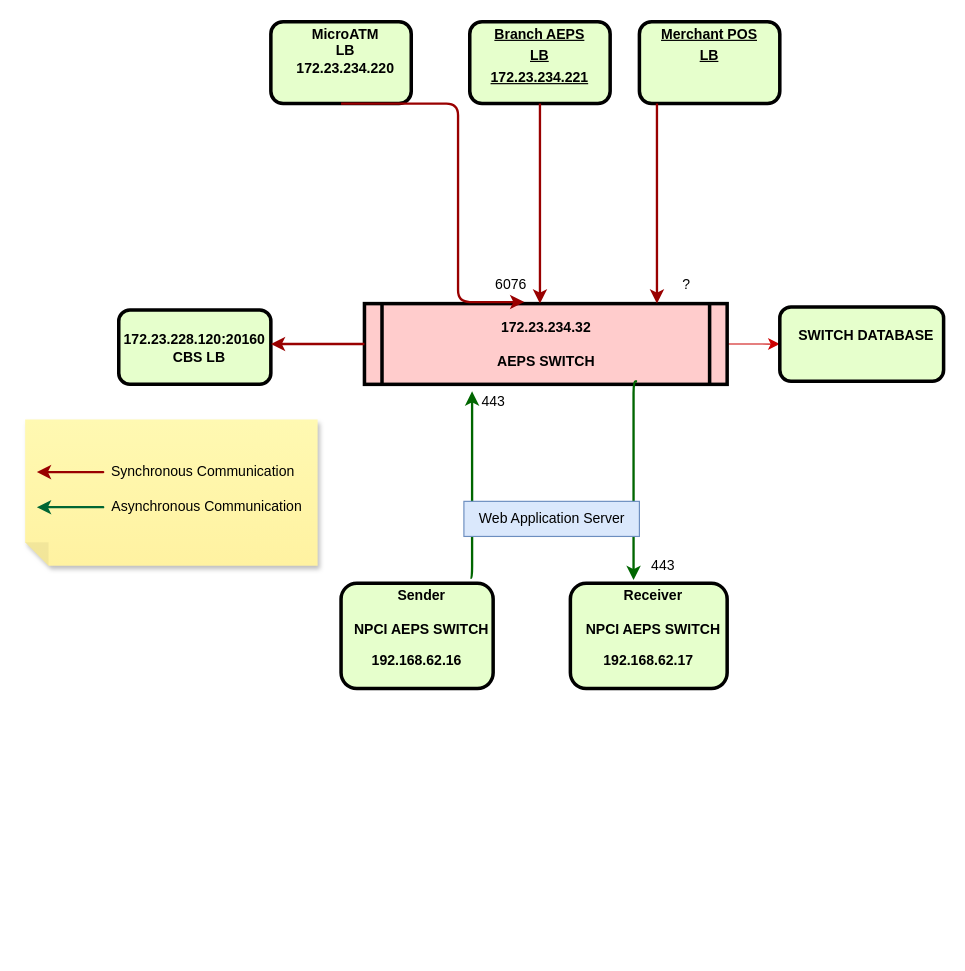
Earlier version of the draw.io diagram Untitled Diagram.drawio (KrishnaST/corelib). Source tidied: cells renumbered, new cells numbered last; positions are measured from the earlier drawing's top-left corner, leaving out a move shared by most shapes. Both pictures are drawn from the tidied source at 117%, with x=0, y=0 at pixel (25, 21).
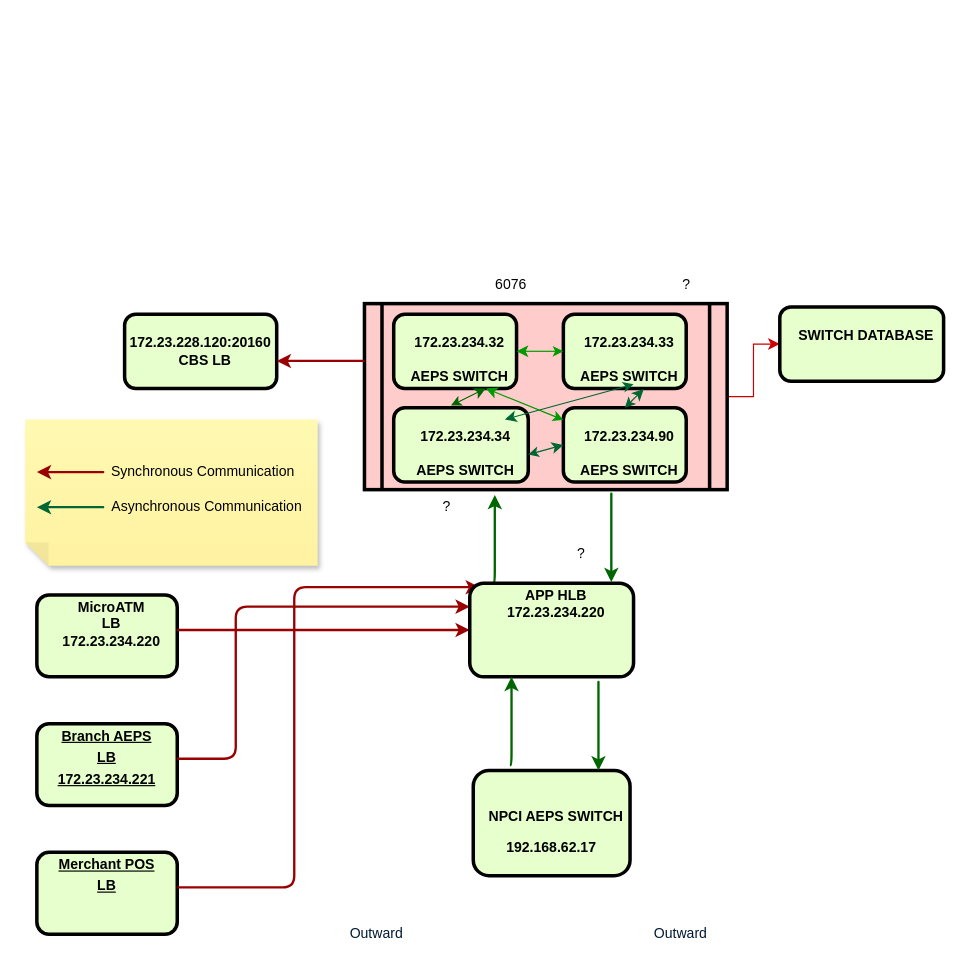
The same diagram, later.

Commit message:
IPPB WITHOUT WEB

The change refers to these unchanged cells:
```xml
<mxCell id="23" value="6076" style="text;html=1;align=center;verticalAlign=middle;points=[];fillColor=none;strokeColor=none;rounded=0;" parent="1" vertex="1">
  <mxGeometry x="390" y="210" width="50" height="30" as="geometry" />
</mxCell>
```

What changed in the source:
```diff
@@
     <mxCell id="2" value="&lt;p style=&quot;margin: 0px; margin-top: 4px; text-align: center; text-decoration: underline;&quot;&gt;&lt;/p&gt;&lt;p style=&quot;margin: 0px; margin-left: 8px;&quot;&gt;MicroATM&lt;/p&gt;&lt;p style=&quot;margin: 0px; margin-left: 8px;&quot;&gt;LB&lt;/p&gt;&lt;p style=&quot;margin: 0px; margin-left: 8px;&quot;&gt;172.23.234.220&lt;/p&gt;" style="verticalAlign=middle;align=center;overflow=fill;fontSize=12;fontFamily=Helvetica;html=1;rounded=1;fontStyle=1;strokeWidth=3;fillColor=#E6FFCC;" parent="1" vertex="1">
-      <mxGeometry x="210" width="120" height="70" as="geometry" />
+      <mxGeometry x="10" y="490" width="120" height="70" as="geometry" />
     </mxCell>
@@
-    <mxCell id="4" value="172.23.234.32&#10;&#10;AEPS SWITCH" style="shape=process;whiteSpace=wrap;align=center;verticalAlign=middle;size=0.0475;fontStyle=1;strokeWidth=3;fillColor=#FFCCCC;" parent="1" vertex="1">
-      <mxGeometry x="290" y="241" width="310" height="69" as="geometry" />
+    <mxCell id="4" style="shape=process;whiteSpace=wrap;align=center;verticalAlign=middle;size=0.0475;fontStyle=1;strokeWidth=3;fillColor=#FFCCCC;" parent="1" vertex="1">
+      <mxGeometry x="290" y="241" width="310" height="159" as="geometry" />
     </mxCell>
     <mxCell id="5" value="&lt;p style=&quot;margin: 4px 0px 0px;&quot;&gt;&lt;u&gt;Branch AEPS&lt;/u&gt;&lt;/p&gt;&lt;p style=&quot;margin: 4px 0px 0px;&quot;&gt;&lt;u&gt;LB&lt;/u&gt;&lt;/p&gt;&lt;p style=&quot;margin: 4px 0px 0px;&quot;&gt;&lt;u&gt;172.23.234.221&lt;/u&gt;&lt;/p&gt;" style="verticalAlign=middle;align=center;overflow=fill;fontSize=12;fontFamily=Helvetica;html=1;rounded=1;fontStyle=1;strokeWidth=3;fillColor=#E6FFCC;" parent="1" vertex="1">
-      <mxGeometry x="380" width="120" height="70" as="geometry" />
+      <mxGeometry x="10" y="600" width="120" height="70" as="geometry" />
     </mxCell>
     <mxCell id="6" value="&lt;p style=&quot;margin: 0px; margin-top: 4px; text-align: center; text-decoration: underline;&quot;&gt;&lt;/p&gt;&lt;p style=&quot;text-decoration-line: underline; margin: 4px 0px 0px;&quot;&gt;Merchant POS&lt;/p&gt;&lt;p style=&quot;text-decoration-line: underline; margin: 4px 0px 0px;&quot;&gt;LB&lt;/p&gt;" style="verticalAlign=middle;align=center;overflow=fill;fontSize=12;fontFamily=Helvetica;html=1;rounded=1;fontStyle=1;strokeWidth=3;fillColor=#E6FFCC;" parent="1" vertex="1">
-      <mxGeometry x="525" width="120" height="70" as="geometry" />
+      <mxGeometry x="10" y="710" width="120" height="70" as="geometry" />
     </mxCell>
     <mxCell id="7" value="&lt;p style=&quot;margin: 0px; margin-top: 4px; text-align: center; text-decoration: underline;&quot;&gt;&lt;/p&gt;&lt;br&gt;172.23.228.120:20160&lt;br&gt;&lt;p style=&quot;margin: 0px; margin-left: 8px;&quot;&gt;&lt;span style=&quot;background-color: initial;&quot;&gt;CBS LB&lt;/span&gt;&lt;br&gt;&lt;/p&gt;" style="verticalAlign=middle;align=center;overflow=fill;fontSize=12;fontFamily=Helvetica;html=1;rounded=1;fontStyle=1;strokeWidth=3;fillColor=#E6FFCC;" parent="1" vertex="1">
-      <mxGeometry x="80" y="246.5" width="130" height="63.5" as="geometry" />
+      <mxGeometry x="85" y="250" width="130" height="63.5" as="geometry" />
     </mxCell>
-    <mxCell id="8" style="edgeStyle=elbowEdgeStyle;elbow=horizontal;strokeColor=#990000;strokeWidth=2;exitX=0.5;exitY=1;exitDx=0;exitDy=0;entryX=0.733;entryY=0.989;entryDx=0;entryDy=0;entryPerimeter=0;" parent="1" edge="1" source="2" target="23">
+    <mxCell id="8" style="edgeStyle=elbowEdgeStyle;elbow=horizontal;strokeColor=#990000;strokeWidth=2;entryX=0;entryY=0.5;entryDx=0;entryDy=0;" parent="1" edge="1" source="2" target="39">
       <mxGeometry relative="1" as="geometry">
         <Array as="points">
-          <mxPoint x="370" y="90" />
+          <mxPoint x="220" y="520" />
           <mxPoint x="400" y="200" />
           <mxPoint x="270" y="100" />
           <mxPoint x="330" y="100" />
           <mxPoint x="340" y="80" />
           <mxPoint x="400" y="220" />
           <mxPoint x="370" y="170" />
           <mxPoint x="340" y="100" />
           <mxPoint x="440" y="240" />
           <mxPoint x="280" y="80" />
           <mxPoint x="240" y="50" />
           <mxPoint x="260" y="70" />
           <mxPoint x="270" y="100" />
           <mxPoint x="280" y="120" />
           <mxPoint x="260" y="210" />
         </Array>
       </mxGeometry>
     </mxCell>
-    <mxCell id="9" style="edgeStyle=elbowEdgeStyle;elbow=horizontal;strokeColor=#990000;strokeWidth=2;" parent="1" edge="1" source="5" target="4">
+    <mxCell id="9" style="edgeStyle=elbowEdgeStyle;elbow=horizontal;strokeColor=#990000;strokeWidth=2;entryX=0;entryY=0.25;entryDx=0;entryDy=0;" parent="1" edge="1" source="5" target="39">
       <mxGeometry relative="1" as="geometry">
         <Array as="points">
+          <mxPoint x="180" y="630" />
           <mxPoint x="440" y="80" />
           <mxPoint x="400" y="60" />
           <mxPoint x="420" y="110" />
           <mxPoint x="410" y="90" />
           <mxPoint x="440" y="170" />
         </Array>
       </mxGeometry>
     </mxCell>
-    <mxCell id="10" style="edgeStyle=elbowEdgeStyle;elbow=horizontal;strokeColor=#990000;strokeWidth=2;" parent="1" edge="1" source="6" target="4">
+    <mxCell id="10" style="edgeStyle=elbowEdgeStyle;elbow=horizontal;strokeColor=#990000;strokeWidth=2;entryX=0.062;entryY=0.042;entryDx=0;entryDy=0;entryPerimeter=0;" parent="1" edge="1" source="6" target="39">
       <mxGeometry relative="1" as="geometry">
         <Array as="points">
+          <mxPoint x="230" y="740" />
           <mxPoint x="540" y="130" />
           <mxPoint x="600" y="90" />
           <mxPoint x="560" y="70" />
           <mxPoint x="540" y="80" />
           <mxPoint x="580" y="100" />
         </Array>
       </mxGeometry>
     </mxCell>
-    <mxCell id="11" style="edgeStyle=elbowEdgeStyle;elbow=horizontal;strokeColor=#006600;strokeWidth=2;exitX=0.75;exitY=1;exitDx=0;exitDy=0;entryX=0.403;entryY=-0.03;entryDx=0;entryDy=0;entryPerimeter=0;" parent="1" edge="1" target="21">
+    <mxCell id="11" style="edgeStyle=elbowEdgeStyle;elbow=horizontal;strokeColor=#006600;strokeWidth=2;" parent="1" edge="1">
       <mxGeometry relative="1" as="geometry">
-        <mxPoint x="523" y="307.5" as="sourcePoint" />
+        <mxPoint x="501" y="410" as="sourcePoint" />
+        <mxPoint x="501" y="479" as="targetPoint" />
         <Array as="points">
-          <mxPoint x="520" y="427.5" />
-          <mxPoint x="520" y="407.5" />
-          <mxPoint x="520" y="397.5" />
-          <mxPoint x="520" y="417.5" />
-          <mxPoint x="460" y="357.5" />
-          <mxPoint x="450" y="377.5" />
-          <mxPoint x="460" y="367.5" />
-          <mxPoint x="460" y="387.5" />
-          <mxPoint x="460" y="397.5" />
-          <mxPoint x="460" y="417.5" />
-          <mxPoint x="460" y="347.5" />
-          <mxPoint x="400" y="187.5" />
-          <mxPoint x="380" y="187.5" />
-          <mxPoint x="410" y="97.5" />
+          <mxPoint x="501" y="400" />
+          <mxPoint x="501" y="436.5" />
+          <mxPoint x="501" y="426.5" />
+          <mxPoint x="501" y="446.5" />
+          <mxPoint x="441" y="386.5" />
+          <mxPoint x="431" y="406.5" />
+          <mxPoint x="441" y="396.5" />
+          <mxPoint x="441" y="416.5" />
+          <mxPoint x="441" y="426.5" />
+          <mxPoint x="441" y="446.5" />
+          <mxPoint x="441" y="376.5" />
+          <mxPoint x="381" y="216.5" />
+          <mxPoint x="361" y="216.5" />
+          <mxPoint x="391" y="126.5" />
         </Array>
       </mxGeometry>
     </mxCell>
     <mxCell id="12" style="edgeStyle=elbowEdgeStyle;elbow=horizontal;strokeColor=#990000;strokeWidth=2;" parent="1" edge="1" source="4" target="7">
       <mxGeometry relative="1" as="geometry">
         <Array as="points">
+          <mxPoint x="270" y="290" />
           <mxPoint x="170" y="276" />
           <mxPoint x="150" y="270" />
           <mxPoint x="180" y="266" />
           <mxPoint x="230" y="320" />
         </Array>
       </mxGeometry>
     </mxCell>
@@
-    <mxCell id="20" value="&lt;p style=&quot;margin: 0px; margin-top: 4px; text-align: center; text-decoration: underline;&quot;&gt;&lt;/p&gt;&lt;p style=&quot;margin: 0px; margin-left: 8px;&quot;&gt;&lt;span style=&quot;background-color: initial;&quot;&gt;Sender&lt;/span&gt;&lt;br&gt;&lt;/p&gt;&lt;p style=&quot;margin: 0px; margin-left: 8px;&quot;&gt;&lt;span style=&quot;background-color: initial;&quot;&gt;&lt;br&gt;&lt;/span&gt;&lt;/p&gt;&lt;p style=&quot;margin: 0px; margin-left: 8px;&quot;&gt;NPCI AEPS SWITCH&lt;/p&gt;&lt;p align=&quot;center&quot; class=&quot;MsoNormal&quot;&gt;&lt;span lang=&quot;EN-US&quot;&gt;192.168.62.16&lt;/span&gt;&lt;/p&gt;" style="verticalAlign=middle;align=center;overflow=fill;fontSize=12;fontFamily=Helvetica;html=1;rounded=1;fontStyle=1;strokeWidth=3;fillColor=#E6FFCC;" parent="1" vertex="1">
-      <mxGeometry x="270" y="480" width="130" height="90" as="geometry" />
-    </mxCell>
-    <mxCell id="21" value="&lt;p style=&quot;margin: 0px; margin-top: 4px; text-align: center; text-decoration: underline;&quot;&gt;&lt;/p&gt;&lt;p style=&quot;margin: 0px; margin-left: 8px;&quot;&gt;Receiver&lt;/p&gt;&lt;p style=&quot;margin: 0px; margin-left: 8px;&quot;&gt;&lt;br&gt;&lt;/p&gt;&lt;p style=&quot;margin: 0px; margin-left: 8px;&quot;&gt;NPCI AEPS SWITCH&lt;/p&gt;&lt;p align=&quot;center&quot; class=&quot;MsoNormal&quot;&gt;&lt;span lang=&quot;EN-US&quot;&gt;192.168.62.17&lt;/span&gt;&lt;/p&gt;" style="verticalAlign=middle;align=center;overflow=fill;fontSize=12;fontFamily=Helvetica;html=1;rounded=1;fontStyle=1;strokeWidth=3;fillColor=#E6FFCC;" parent="1" vertex="1">
-      <mxGeometry x="466" y="480" width="134" height="90" as="geometry" />
+    <mxCell id="21" value="&lt;p style=&quot;margin: 0px; margin-top: 4px; text-align: center; text-decoration: underline;&quot;&gt;&lt;/p&gt;&lt;p style=&quot;margin: 0px; margin-left: 8px;&quot;&gt;&lt;br&gt;&lt;/p&gt;&lt;p style=&quot;margin: 0px; margin-left: 8px;&quot;&gt;&lt;br&gt;&lt;/p&gt;&lt;p style=&quot;margin: 0px; margin-left: 8px;&quot;&gt;NPCI AEPS SWITCH&lt;/p&gt;&lt;p align=&quot;center&quot; class=&quot;MsoNormal&quot;&gt;&lt;span lang=&quot;EN-US&quot;&gt;192.168.62.17&lt;/span&gt;&lt;/p&gt;" style="verticalAlign=middle;align=center;overflow=fill;fontSize=12;fontFamily=Helvetica;html=1;rounded=1;fontStyle=1;strokeWidth=3;fillColor=#E6FFCC;" parent="1" vertex="1">
+      <mxGeometry x="383" y="640" width="134" height="90" as="geometry" />
     </mxCell>
     <mxCell id="22" style="edgeStyle=elbowEdgeStyle;elbow=horizontal;strokeColor=#006600;strokeWidth=2;exitX=0.851;exitY=-0.007;exitDx=0;exitDy=0;exitPerimeter=0;" parent="1" edge="1">
       <mxGeometry relative="1" as="geometry">
-        <mxPoint x="380.6" y="475.4" as="sourcePoint" />
-        <mxPoint x="382" y="316" as="targetPoint" />
+        <mxPoint x="400" y="480" as="sourcePoint" />
+        <mxPoint x="401.4" y="404.6" as="targetPoint" />
         <Array as="points">
-          <mxPoint x="382" y="326" />
-          <mxPoint x="381" y="346" />
-          <mxPoint x="420" y="316" />
-          <mxPoint x="420" y="346" />
-          <mxPoint x="400" y="536" />
-          <mxPoint x="400" y="576" />
-          <mxPoint x="343" y="516" />
-          <mxPoint x="223" y="596" />
-          <mxPoint x="263" y="556" />
-          <mxPoint x="273" y="546" />
-          <mxPoint x="323" y="526" />
-          <mxPoint x="495" y="546" />
-          <mxPoint x="493" y="526" />
-          <mxPoint x="483" y="536" />
-          <mxPoint x="393" y="506" />
-          <mxPoint x="393" y="446" />
-          <mxPoint x="503" y="366" />
-          <mxPoint x="463" y="426" />
-          <mxPoint x="473" y="396" />
-          <mxPoint x="433" y="386" />
-          <mxPoint x="423" y="356" />
-          <mxPoint x="393" y="276" />
+          <mxPoint x="401.4" y="330.6" />
+          <mxPoint x="400.4" y="350.6" />
+          <mxPoint x="439.4" y="320.6" />
+          <mxPoint x="439.4" y="350.6" />
+          <mxPoint x="419.4" y="540.6" />
+          <mxPoint x="419.4" y="580.6" />
+          <mxPoint x="362.4" y="520.6" />
+          <mxPoint x="242.4" y="600.6" />
+          <mxPoint x="282.4" y="560.6" />
+          <mxPoint x="292.4" y="550.6" />
+          <mxPoint x="342.4" y="530.6" />
+          <mxPoint x="514.4" y="550.6" />
+          <mxPoint x="512.4" y="530.6" />
+          <mxPoint x="502.4" y="540.6" />
+          <mxPoint x="412.4" y="510.6" />
+          <mxPoint x="412.4" y="450.6" />
+          <mxPoint x="522.4" y="370.6" />
+          <mxPoint x="482.4" y="430.6" />
+          <mxPoint x="492.4" y="400.6" />
+          <mxPoint x="452.4" y="390.6" />
+          <mxPoint x="442.4" y="360.6" />
+          <mxPoint x="412.4" y="280.6" />
         </Array>
       </mxGeometry>
     </mxCell>
@@
-    <mxCell id="25" value="443" style="text;html=1;align=center;verticalAlign=middle;fillColor=none;strokeColor=none;rounded=0;" parent="1" vertex="1">
-      <mxGeometry x="525" y="450" width="40" height="30" as="geometry" />
+    <mxCell id="25" value="?" style="text;html=1;align=center;verticalAlign=middle;fillColor=none;strokeColor=none;rounded=0;" parent="1" vertex="1">
+      <mxGeometry x="460" y="440" width="30" height="30" as="geometry" />
     </mxCell>
@@
-    <mxCell id="27" value="443" style="text;html=1;align=center;verticalAlign=middle;fillColor=none;strokeColor=none;rounded=0;" parent="1" vertex="1">
-      <mxGeometry x="380" y="310" width="40" height="30" as="geometry" />
+    <mxCell id="27" value="?" style="text;html=1;align=center;verticalAlign=middle;fillColor=none;strokeColor=none;rounded=0;" parent="1" vertex="1">
+      <mxGeometry x="345" y="400" width="30" height="30" as="geometry" />
     </mxCell>
-    <mxCell id="28" value="Web Application Server" style="text;html=1;align=center;verticalAlign=middle;fillColor=#dae8fc;strokeColor=#6c8ebf;rounded=0;" parent="1" vertex="1">
-      <mxGeometry x="375" y="410" width="150" height="30" as="geometry" />
-    </mxCell>
+    <mxCell id="29" value="&lt;p style=&quot;margin: 0px; margin-top: 4px; text-align: center; text-decoration: underline;&quot;&gt;&lt;/p&gt;&lt;br&gt;&lt;p style=&quot;margin: 0px; margin-left: 8px;&quot;&gt;&lt;span style=&quot;&quot;&gt;172.23.234.32&lt;/span&gt;&lt;br style=&quot;padding: 0px; margin: 0px;&quot;&gt;&lt;br style=&quot;padding: 0px; margin: 0px;&quot;&gt;&lt;span style=&quot;&quot;&gt;AEPS SWITCH&lt;/span&gt;&lt;br&gt;&lt;/p&gt;" style="verticalAlign=middle;align=center;overflow=fill;fontSize=12;fontFamily=Helvetica;html=1;rounded=1;fontStyle=1;strokeWidth=3;fillColor=#E6FFCC;" parent="1" vertex="1">
+      <mxGeometry x="315" y="250" width="105" height="63.5" as="geometry" />
+    </mxCell>
+    <mxCell id="30" value="&lt;p style=&quot;margin: 0px; margin-top: 4px; text-align: center; text-decoration: underline;&quot;&gt;&lt;/p&gt;&lt;br&gt;&lt;p style=&quot;margin: 0px; margin-left: 8px;&quot;&gt;&lt;span style=&quot;&quot;&gt;172.23.234.33&lt;/span&gt;&lt;br style=&quot;padding: 0px; margin: 0px;&quot;&gt;&lt;br style=&quot;padding: 0px; margin: 0px;&quot;&gt;&lt;span style=&quot;&quot;&gt;AEPS SWITCH&lt;/span&gt;&lt;br&gt;&lt;/p&gt;" style="verticalAlign=middle;align=center;overflow=fill;fontSize=12;fontFamily=Helvetica;html=1;rounded=1;fontStyle=1;strokeWidth=3;fillColor=#E6FFCC;" parent="1" vertex="1">
+      <mxGeometry x="460" y="250" width="105" height="63.5" as="geometry" />
+    </mxCell>
+    <mxCell id="31" value="&lt;p style=&quot;margin: 0px; margin-top: 4px; text-align: center; text-decoration: underline;&quot;&gt;&lt;/p&gt;&lt;br&gt;&lt;p style=&quot;margin: 0px; margin-left: 8px;&quot;&gt;&lt;span style=&quot;&quot;&gt;172.23.234.34&lt;/span&gt;&lt;br style=&quot;padding: 0px; margin: 0px;&quot;&gt;&lt;br style=&quot;padding: 0px; margin: 0px;&quot;&gt;&lt;span style=&quot;&quot;&gt;AEPS SWITCH&lt;/span&gt;&lt;br&gt;&lt;/p&gt;" style="verticalAlign=middle;align=center;overflow=fill;fontSize=12;fontFamily=Helvetica;html=1;rounded=1;fontStyle=1;strokeWidth=3;fillColor=#E6FFCC;" parent="1" vertex="1">
+      <mxGeometry x="315" y="330" width="115" height="63.5" as="geometry" />
+    </mxCell>
+    <mxCell id="32" value="&lt;p style=&quot;margin: 0px; margin-top: 4px; text-align: center; text-decoration: underline;&quot;&gt;&lt;/p&gt;&lt;br&gt;&lt;p style=&quot;margin: 0px; margin-left: 8px;&quot;&gt;&lt;span style=&quot;&quot;&gt;172.23.234.90&lt;/span&gt;&lt;br style=&quot;padding: 0px; margin: 0px;&quot;&gt;&lt;br style=&quot;padding: 0px; margin: 0px;&quot;&gt;&lt;span style=&quot;&quot;&gt;AEPS SWITCH&lt;/span&gt;&lt;br&gt;&lt;/p&gt;" style="verticalAlign=middle;align=center;overflow=fill;fontSize=12;fontFamily=Helvetica;html=1;rounded=1;fontStyle=1;strokeWidth=3;fillColor=#E6FFCC;" parent="1" vertex="1">
+      <mxGeometry x="460" y="330" width="105" height="63.5" as="geometry" />
+    </mxCell>
+    <mxCell id="33" style="endArrow=classic;startArrow=classic;html=1;rounded=0;strokeColor=#006633;endSize=7;entryX=0;entryY=0.5;entryDx=0;entryDy=0;" parent="1" edge="1" target="32">
+      <mxGeometry relative="1" as="geometry">
+        <mxPoint x="430" y="370" as="sourcePoint" />
+      </mxGeometry>
+    </mxCell>
+    <mxCell id="34" style="endArrow=classic;startArrow=classic;html=1;rounded=0;strokeColor=#006633;endSize=7;" parent="1" edge="1">
+      <mxGeometry relative="1" as="geometry">
+        <mxPoint x="520" y="310" as="sourcePoint" />
+        <mxPoint x="410" y="340" as="targetPoint" />
+        <Array as="points">
+          <mxPoint x="520" y="310" />
+        </Array>
+      </mxGeometry>
+    </mxCell>
+    <mxCell id="35" style="endArrow=classic;startArrow=classic;html=1;rounded=0;strokeColor=#006600;endSize=7;entryX=0.75;entryY=1;entryDx=0;entryDy=0;exitX=0.426;exitY=-0.031;exitDx=0;exitDy=0;exitPerimeter=0;" parent="1" edge="1" source="31" target="29">
+      <mxGeometry relative="1" as="geometry" />
+    </mxCell>
+    <mxCell id="36" style="endArrow=classic;startArrow=classic;html=1;rounded=0;strokeColor=#006633;endSize=7;exitX=0.5;exitY=0;exitDx=0;exitDy=0;entryX=0.654;entryY=1.008;entryDx=0;entryDy=0;entryPerimeter=0;" parent="1" edge="1" source="32" target="30">
+      <mxGeometry relative="1" as="geometry" />
+    </mxCell>
+    <mxCell id="37" style="endArrow=classic;startArrow=classic;html=1;rounded=0;strokeColor=#009900;endSize=7;entryX=0.75;entryY=1;entryDx=0;entryDy=0;" parent="1" edge="1" source="32" target="29">
+      <mxGeometry relative="1" as="geometry" />
+    </mxCell>
+    <mxCell id="38" style="endArrow=classic;startArrow=classic;html=1;rounded=0;strokeColor=#009900;endSize=7;exitX=0;exitY=0.5;exitDx=0;exitDy=0;entryX=1;entryY=0.5;entryDx=0;entryDy=0;" parent="1" edge="1" source="30" target="29">
+      <mxGeometry relative="1" as="geometry" />
+    </mxCell>
+    <mxCell id="39" value="&lt;p style=&quot;margin: 0px; margin-top: 4px; text-align: center; text-decoration: underline;&quot;&gt;&lt;/p&gt;&lt;p style=&quot;margin: 0px; margin-left: 8px;&quot;&gt;&lt;span style=&quot;background-color: initial;&quot;&gt;APP HLB&lt;/span&gt;&lt;/p&gt;&lt;p style=&quot;margin: 0px; margin-left: 8px;&quot;&gt;&lt;span style=&quot;background-color: initial;&quot;&gt;172.23.234.220&lt;/span&gt;&lt;/p&gt;" style="verticalAlign=middle;align=center;overflow=fill;fontSize=12;fontFamily=Helvetica;html=1;rounded=1;fontStyle=1;strokeWidth=3;fillColor=#E6FFCC;" parent="1" vertex="1">
+      <mxGeometry x="380" y="480" width="140" height="80" as="geometry" />
+    </mxCell>
+    <mxCell id="40" value="Outward" style="text;html=1;align=center;verticalAlign=middle;fillColor=none;strokeColor=none;rounded=0;fontColor=#001933;" parent="1" vertex="1">
+      <mxGeometry x="265" y="765" width="70" height="30" as="geometry" />
+    </mxCell>
+    <mxCell id="41" value="Outward" style="text;html=1;align=center;verticalAlign=middle;fillColor=none;strokeColor=none;rounded=0;fontColor=#001933;" parent="1" vertex="1">
+      <mxGeometry x="525" y="765" width="70" height="30" as="geometry" />
+    </mxCell>
+    <mxCell id="42" style="edgeStyle=elbowEdgeStyle;elbow=horizontal;strokeColor=#006600;strokeWidth=2;" parent="1" edge="1">
+      <mxGeometry relative="1" as="geometry">
+        <mxPoint x="490" y="571" as="sourcePoint" />
+        <mxPoint x="490" y="640" as="targetPoint" />
+        <Array as="points">
+          <mxPoint x="490" y="561" />
+          <mxPoint x="490" y="597.5" />
+          <mxPoint x="490" y="587.5" />
+          <mxPoint x="490" y="607.5" />
+          <mxPoint x="430" y="547.5" />
+          <mxPoint x="420" y="567.5" />
+          <mxPoint x="430" y="557.5" />
+          <mxPoint x="430" y="577.5" />
+          <mxPoint x="430" y="587.5" />
+          <mxPoint x="430" y="607.5" />
+          <mxPoint x="430" y="537.5" />
+          <mxPoint x="370" y="377.5" />
+          <mxPoint x="350" y="377.5" />
+          <mxPoint x="380" y="287.5" />
+        </Array>
+      </mxGeometry>
+    </mxCell>
+    <mxCell id="43" style="edgeStyle=elbowEdgeStyle;elbow=horizontal;strokeColor=#006600;strokeWidth=2;exitX=0.851;exitY=-0.007;exitDx=0;exitDy=0;exitPerimeter=0;" parent="1" edge="1">
+      <mxGeometry relative="1" as="geometry">
+        <mxPoint x="414.3" y="635.4" as="sourcePoint" />
+        <mxPoint x="415.7" y="560" as="targetPoint" />
+        <Array as="points">
+          <mxPoint x="415.7" y="486" />
+          <mxPoint x="414.7" y="506" />
+          <mxPoint x="453.7" y="476" />
+          <mxPoint x="453.7" y="506" />
+          <mxPoint x="433.7" y="696" />
+          <mxPoint x="433.7" y="736" />
+          <mxPoint x="376.7" y="676" />
+          <mxPoint x="256.7" y="756" />
+          <mxPoint x="296.7" y="716" />
+          <mxPoint x="306.7" y="706" />
+          <mxPoint x="356.7" y="686" />
+          <mxPoint x="528.7" y="706" />
+          <mxPoint x="526.7" y="686" />
+          <mxPoint x="516.7" y="696" />
+          <mxPoint x="426.7" y="666" />
+          <mxPoint x="426.7" y="606" />
+          <mxPoint x="536.7" y="526" />
+          <mxPoint x="496.7" y="586" />
+          <mxPoint x="506.7" y="556" />
+          <mxPoint x="466.7" y="546" />
+          <mxPoint x="456.7" y="516" />
+          <mxPoint x="426.7" y="436" />
+        </Array>
+      </mxGeometry>
+    </mxCell>
```
